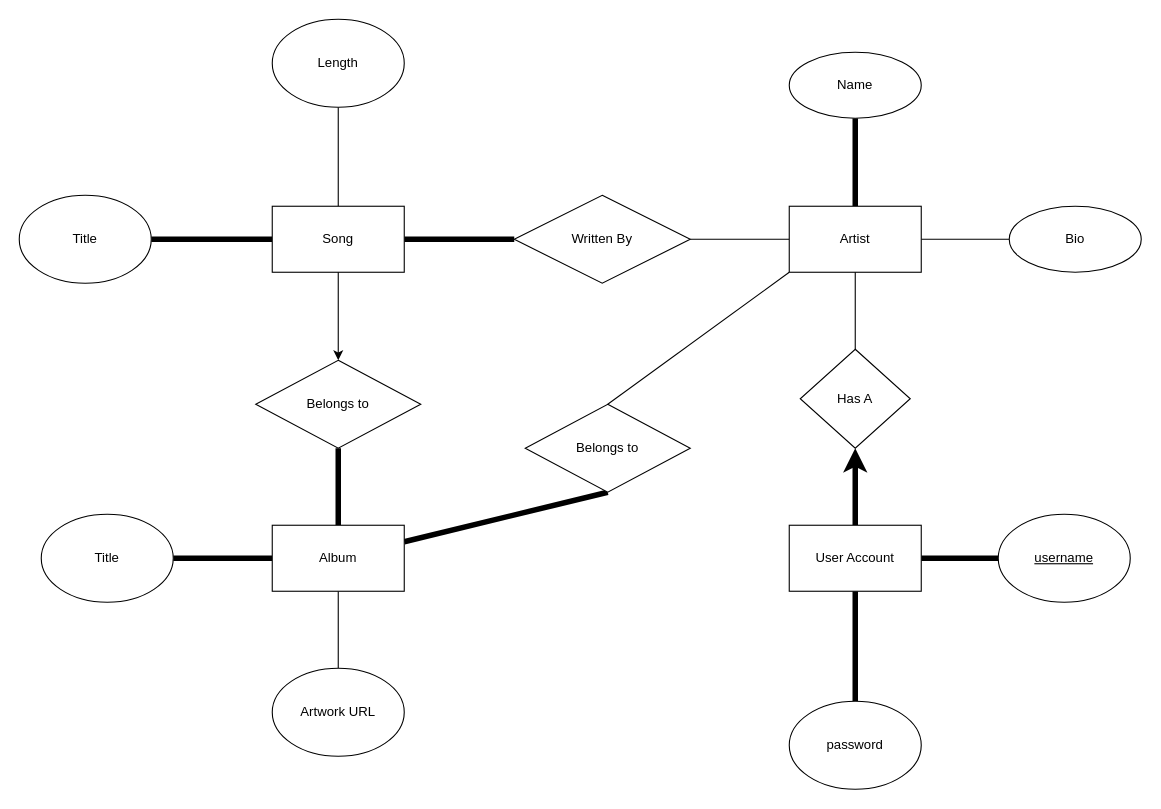
Earlier version of the draw.io diagram Python/2-SQL/week1/music.drawio (ericdwkim/nucamp-python). Source tidied: cells renumbered, new cells numbered last; positions are measured from the earlier drawing's top-left corner, leaving out a move shared by most shapes. Both pictures are drawn from the tidied source at 110%, with x=0, y=0 at pixel (19, 19).
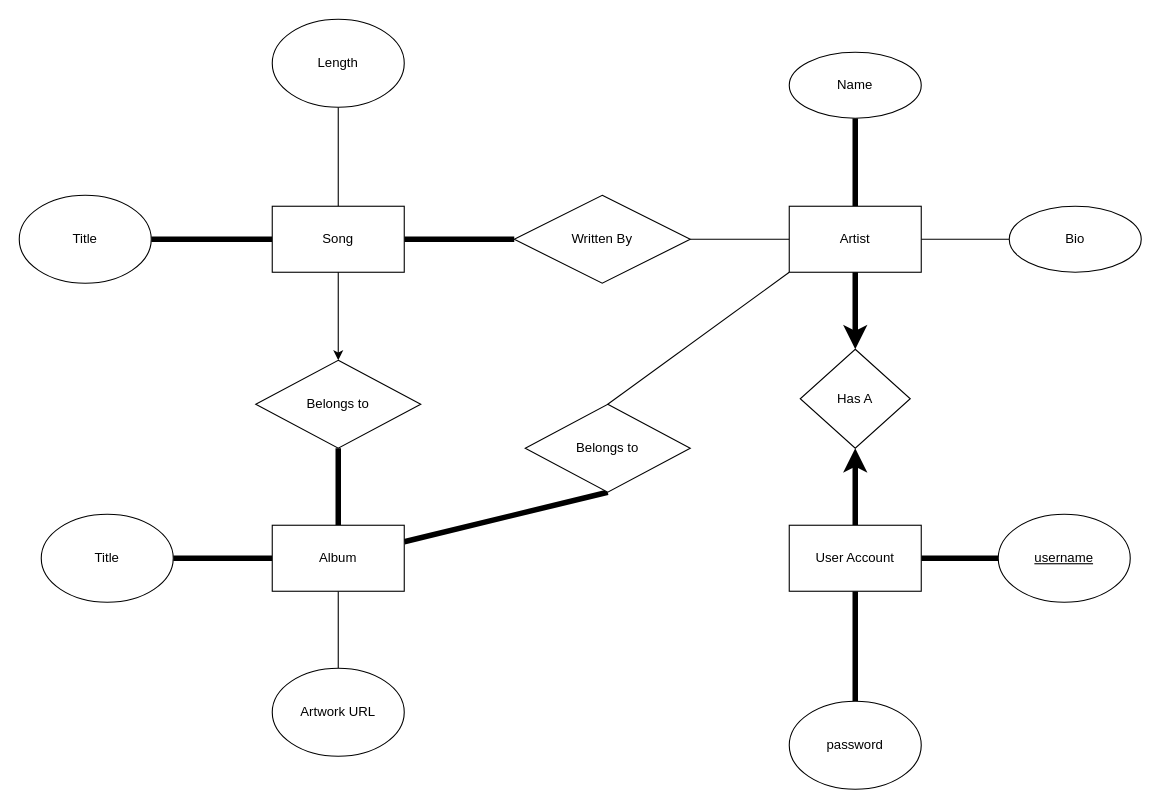
The same page after the edit.

Commit message (it also covers changes not shown here):
relationship participation exercise solutions added

The change refers to these unchanged cells:
```xml
<mxCell id="22" value="Artist" style="rounded=0;whiteSpace=wrap;html=1;" parent="1" vertex="1">
  <mxGeometry x="700" y="170" width="120" height="60" as="geometry" />
</mxCell>
<mxCell id="32" value="Has A" style="rhombus;whiteSpace=wrap;html=1;rounded=0;" parent="1" vertex="1">
  <mxGeometry x="710" y="300" width="100" height="90" as="geometry" />
</mxCell>
```

What changed in the source:
```diff
@@
-    <mxCell id="31" style="edgeStyle=orthogonalEdgeStyle;rounded=0;jettySize=auto;html=1;startArrow=none;startFill=0;endArrow=none;endFill=0;strokeWidth=1;" parent="1" edge="1" source="32" target="22">
+    <mxCell id="31" style="edgeStyle=orthogonalEdgeStyle;rounded=0;jettySize=auto;html=1;startArrow=classic;startFill=1;endArrow=none;endFill=0;strokeWidth=5;" parent="1" edge="1" source="32" target="22">
       <mxGeometry relative="1" as="geometry" />
     </mxCell>
```
